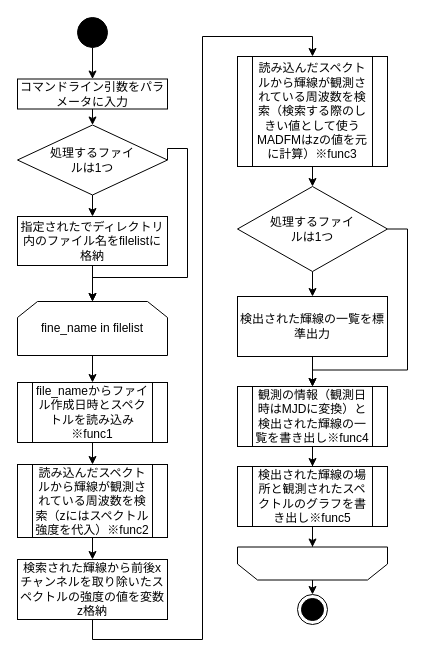
The draw.io diagram page "main" (1 of 6) of spectrum_analyser_tool.drawio.xml in yhamae/spectrum_analyser_tool, before the edit. Source tidied: cells renumbered, new cells numbered last; positions are measured from the earlier drawing's top-left corner, leaving out a move shared by most shapes. Both pictures are drawn from the tidied source at 100%, with x=0, y=0 at pixel (17, 17).
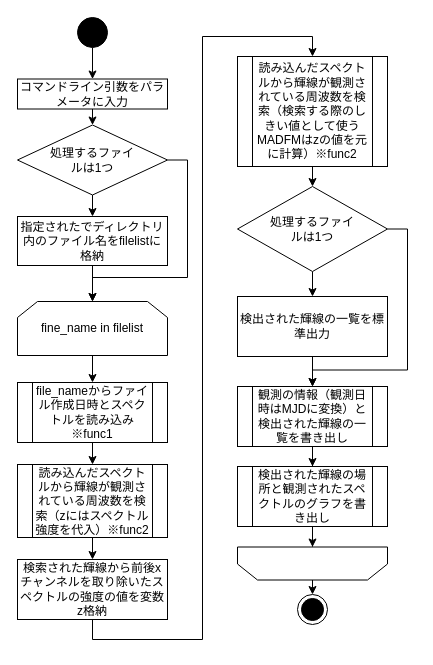
Above is the later version.

Unchanged cells that the change refers to:
```xml
<mxCell id="6" value="処理するファイルは1つ" style="rhombus;whiteSpace=wrap;html=1;spacing=2;spacingTop=0;spacingLeft=30;spacingRight=30;" parent="1" vertex="1">
  <mxGeometry y="107.5" width="150" height="70" as="geometry" />
</mxCell>
<mxCell id="10" value="fine_name in filelist" style="shape=loopLimit;whiteSpace=wrap;html=1;" parent="1" vertex="1">
  <mxGeometry y="284" width="150" height="54" as="geometry" />
</mxCell>
```

Change to the diagram source:
```diff
@@
     <mxCell id="5" style="edgeStyle=orthogonalEdgeStyle;rounded=0;jettySize=auto;html=1;exitX=1;exitY=0.5;exitDx=0;exitDy=0;entryX=0.5;entryY=0;entryDx=0;entryDy=0;" parent="1" edge="1" source="6" target="10">
       <mxGeometry relative="1" as="geometry">
         <Array as="points">
-          <mxPoint x="170" y="131" />
+          <mxPoint x="170" y="143" />
           <mxPoint x="170" y="260" />
           <mxPoint x="75" y="260" />
         </Array>
       </mxGeometry>
     </mxCell>
@@
-    <mxCell id="18" value="読み込んだスペクトルから輝線が観測されている周波数を検索（検索する際のしきい値として使うMADFMはzの値を元に計算）※func3" style="shape=process;whiteSpace=wrap;html=1;backgroundOutline=1;" parent="1" vertex="1">
+    <mxCell id="18" value="読み込んだスペクトルから輝線が観測されている周波数を検索（検索する際のしきい値として使うMADFMはzの値を元に計算）※func2" style="shape=process;whiteSpace=wrap;html=1;backgroundOutline=1;" parent="1" vertex="1">
       <mxGeometry x="220" y="39" width="150" height="110" as="geometry" />
     </mxCell>
@@
-    <mxCell id="25" value="観測の情報（観測日時はMJDに変換）と検出された輝線の一覧を書き出し※func4" style="shape=process;whiteSpace=wrap;html=1;backgroundOutline=1;fontFamily=Helvetica;fontSize=12;fontColor=#000000;align=center;strokeColor=#000000;fillColor=#ffffff;" parent="1" vertex="1">
+    <mxCell id="25" value="観測の情報（観測日時はMJDに変換）と検出された輝線の一覧を書き出し" style="shape=process;whiteSpace=wrap;html=1;backgroundOutline=1;fontFamily=Helvetica;fontSize=12;fontColor=#000000;align=center;strokeColor=#000000;fillColor=#ffffff;" parent="1" vertex="1">
       <mxGeometry x="220" y="369" width="150" height="60" as="geometry" />
     </mxCell>
@@
-    <mxCell id="27" value="検出された輝線の場所と観測されたスペクトルのグラフを書き出し※func5" style="shape=process;whiteSpace=wrap;html=1;backgroundOutline=1;fontFamily=Helvetica;fontSize=12;fontColor=#000000;align=center;strokeColor=#000000;fillColor=#ffffff;" parent="1" vertex="1">
+    <mxCell id="27" value="検出された輝線の場所と観測されたスペクトルのグラフを書き出し" style="shape=process;whiteSpace=wrap;html=1;backgroundOutline=1;fontFamily=Helvetica;fontSize=12;fontColor=#000000;align=center;strokeColor=#000000;fillColor=#ffffff;" parent="1" vertex="1">
       <mxGeometry x="220" y="449" width="150" height="60" as="geometry" />
     </mxCell>
```
